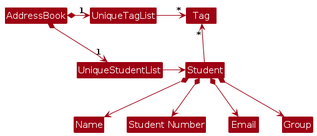
Before: diagrams/BetterModelClassDiagram.png, a diagram exported from PlantUML (AY2425S1-CS2103-F12-2/tp). Its source is kept beside it as diagrams/BetterModelClassDiagram.puml.
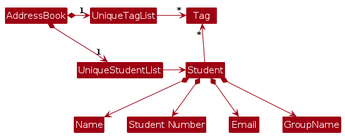
After the commit.

What changed in the source:
```diff
@@ -17,5 +17,5 @@
 Student *--> Name
 Student *--> "Student Number"
 Student *--> Email
-Student *--> Group
+Student *--> GroupName
 @enduml
```
